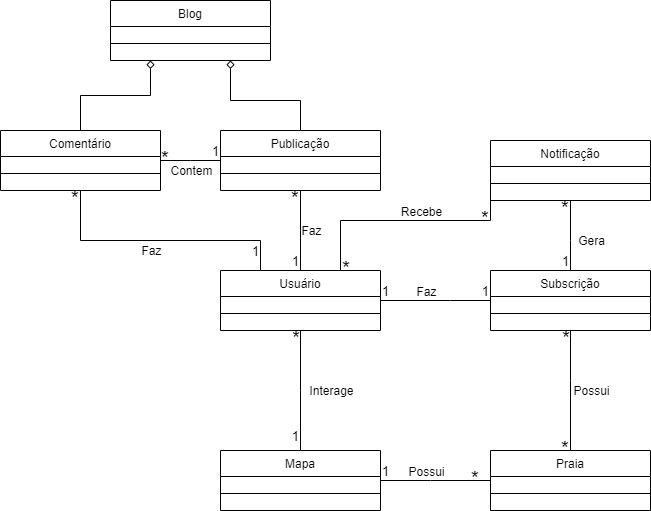
Hatz-D/Litoral-Puro-RJ keeps this draw.io diagram as src/png/Diagrama-Classe-Dominio.png. Above is the earlier version. Source tidied: cells renumbered, new cells last; positions are measured from the earlier drawing's top-left corner, leaving out a move shared by most shapes.
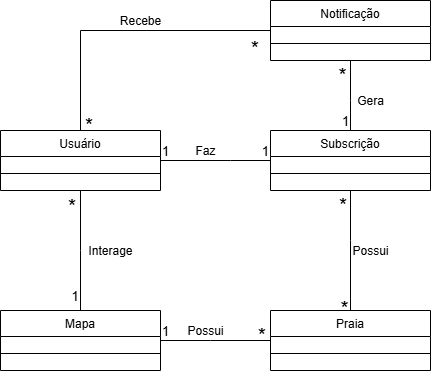
After the commit.

The edit, as a diff of the source:
```diff
@@ -27,12 +27,6 @@
         <mxPoint x="-38" y="40" as="offset" />
       </mxGeometry>
     </mxCell>
-    <mxCell id="8" value="Blog" style="swimlane;fontStyle=0;align=center;verticalAlign=top;horizontal=1;startSize=26;rounded=0;shadow=0;strokeWidth=1;" parent="1" vertex="1">
-      <mxGeometry x="110" width="160" height="60" as="geometry" />
-    </mxCell>
-    <mxCell id="9" style="line;html=1;strokeWidth=1;align=left;verticalAlign=middle;spacingTop=-1;spacingLeft=3;spacingRight=3;labelPosition=right;" parent="8" vertex="1">
-      <mxGeometry y="26" width="160" height="34" as="geometry" />
-    </mxCell>
     <mxCell id="10" value="Praia" style="swimlane;fontStyle=0;align=center;verticalAlign=top;horizontal=1;startSize=26;rounded=0;shadow=0;strokeWidth=1;" parent="1" vertex="1">
       <mxGeometry x="490" y="450" width="160" height="60" as="geometry" />
     </mxCell>
@@ -67,7 +61,7 @@
     </mxCell>
     <mxCell id="19" value="*" style="align=left;verticalAlign=bottom;labelBackgroundColor=none;fontSize=21;" parent="18" vertex="1">
       <mxGeometry x="-1" relative="1" as="geometry">
-        <mxPoint x="-10" y="20" as="offset" />
+        <mxPoint x="-14" y="28" as="offset" />
       </mxGeometry>
     </mxCell>
     <mxCell id="20" value="1" style="align=right;verticalAlign=bottom;labelBackgroundColor=none;fontSize=13;" parent="18" vertex="1">
@@ -80,43 +74,6 @@
         <mxPoint x="-19" y="-30" as="offset" />
       </mxGeometry>
     </mxCell>
-    <mxCell id="22" style="endArrow=none;shadow=0;strokeWidth=1;rounded=0;curved=0;endFill=0;edgeStyle=elbowEdgeStyle;elbow=vertical;exitX=0.5;exitY=0;exitDx=0;exitDy=0;entryX=0.5;entryY=1;entryDx=0;entryDy=0;" parent="1" edge="1" source="2" target="27">
-      <mxGeometry x="0.5" y="41" relative="1" as="geometry">
-        <Array as="points">
-          <mxPoint x="310" y="230" />
-        </Array>
-        <mxPoint x="-40" y="32" as="offset" />
-      </mxGeometry>
-    </mxCell>
-    <mxCell id="23" value="1" style="align=left;verticalAlign=bottom;labelBackgroundColor=none;fontSize=13;" parent="22" vertex="1">
-      <mxGeometry x="-1" relative="1" as="geometry">
-        <mxPoint x="-10" as="offset" />
-      </mxGeometry>
-    </mxCell>
-    <mxCell id="24" value="*" style="align=right;verticalAlign=bottom;labelBackgroundColor=none;fontSize=21;" parent="22" vertex="1">
-      <mxGeometry x="1" relative="1" as="geometry">
-        <mxPoint y="20" as="offset" />
-      </mxGeometry>
-    </mxCell>
-    <mxCell id="25" value="Faz" style="text;html=1;align=center;verticalAlign=middle;labelBackgroundColor=none;rounded=0;shadow=0;strokeWidth=1;fontSize=12;" parent="22" vertex="1">
-      <mxGeometry x="0.5" y="49" relative="1" as="geometry">
-        <mxPoint x="59" y="20" as="offset" />
-      </mxGeometry>
-    </mxCell>
-    <mxCell id="26" style="edgeStyle=orthogonalEdgeStyle;rounded=0;jettySize=auto;html=1;endArrow=diamond;endFill=0;entryX=0.75;entryY=1;entryDx=0;entryDy=0;exitX=0.5;exitY=0;exitDx=0;exitDy=0;" parent="1" edge="1" source="27" target="8">
-      <mxGeometry relative="1" as="geometry">
-        <Array as="points">
-          <mxPoint x="300" y="100" />
-          <mxPoint x="230" y="100" />
-        </Array>
-      </mxGeometry>
-    </mxCell>
-    <mxCell id="27" value="Publicação" style="swimlane;fontStyle=0;align=center;verticalAlign=top;horizontal=1;startSize=26;rounded=0;shadow=0;strokeWidth=1;" parent="1" vertex="1">
-      <mxGeometry x="220" y="130" width="160" height="60" as="geometry" />
-    </mxCell>
-    <mxCell id="28" style="line;html=1;strokeWidth=1;align=left;verticalAlign=middle;spacingTop=-1;spacingLeft=3;spacingRight=3;labelPosition=right;" parent="27" vertex="1">
-      <mxGeometry y="26" width="160" height="34" as="geometry" />
-    </mxCell>
     <mxCell id="29" style="endArrow=none;shadow=0;strokeWidth=1;rounded=0;curved=0;endFill=0;edgeStyle=elbowEdgeStyle;elbow=vertical;exitX=1;exitY=0.5;exitDx=0;exitDy=0;entryX=0;entryY=0.5;entryDx=0;entryDy=0;" parent="1" edge="1" source="14" target="10">
       <mxGeometry x="0.5" y="41" relative="1" as="geometry">
         <Array as="points">
@@ -130,7 +87,7 @@
     </mxCell>
     <mxCell id="31" value="*" style="align=right;verticalAlign=bottom;labelBackgroundColor=none;fontSize=21;" parent="29" vertex="1">
       <mxGeometry x="1" relative="1" as="geometry">
-        <mxPoint x="-10" y="10" as="offset" />
+        <mxPoint x="-3" y="7" as="offset" />
       </mxGeometry>
     </mxCell>
     <mxCell id="32" value="Possui" style="text;html=1;align=center;verticalAlign=middle;labelBackgroundColor=none;rounded=0;shadow=0;strokeWidth=1;fontSize=12;" parent="29" vertex="1">
@@ -148,7 +105,7 @@
     </mxCell>
     <mxCell id="34" value="*" style="align=left;verticalAlign=bottom;labelBackgroundColor=none;fontSize=21;" parent="33" vertex="1">
       <mxGeometry x="-1" relative="1" as="geometry">
-        <mxPoint x="-10" y="20" as="offset" />
+        <mxPoint x="-13" y="27" as="offset" />
       </mxGeometry>
     </mxCell>
     <mxCell id="35" value="*" style="align=right;verticalAlign=bottom;labelBackgroundColor=none;fontSize=21;" parent="33" vertex="1">
@@ -176,7 +133,7 @@
     </mxCell>
     <mxCell id="39" value="*" style="align=right;verticalAlign=bottom;labelBackgroundColor=none;fontSize=21;" parent="37" vertex="1">
       <mxGeometry x="1" relative="1" as="geometry">
-        <mxPoint y="20" as="offset" />
+        <mxPoint x="-2" y="28" as="offset" />
       </mxGeometry>
     </mxCell>
     <mxCell id="40" value="Gera" style="text;html=1;align=center;verticalAlign=middle;labelBackgroundColor=none;rounded=0;shadow=0;strokeWidth=1;fontSize=12;" parent="37" vertex="1">
@@ -184,22 +141,24 @@
         <mxPoint x="69" y="23" as="offset" />
       </mxGeometry>
     </mxCell>
-    <mxCell id="41" style="endArrow=none;shadow=0;strokeWidth=1;rounded=0;curved=0;endFill=0;edgeStyle=elbowEdgeStyle;elbow=vertical;exitX=0.75;exitY=0;exitDx=0;exitDy=0;entryX=0;entryY=0.5;entryDx=0;entryDy=0;" parent="1" edge="1" source="2" target="16">
+    <mxCell id="41" style="endArrow=none;shadow=0;strokeWidth=1;rounded=0;curved=0;endFill=0;edgeStyle=elbowEdgeStyle;elbow=vertical;exitX=0.75;exitY=0;exitDx=0;exitDy=0;" parent="1" edge="1">
       <mxGeometry x="0.5" y="41" relative="1" as="geometry">
+        <mxPoint x="300" y="270" as="sourcePoint" />
+        <mxPoint x="490" y="170" as="targetPoint" />
         <Array as="points">
-          <mxPoint x="430" y="220" />
+          <mxPoint x="400" y="170" />
         </Array>
         <mxPoint x="-40" y="32" as="offset" />
       </mxGeometry>
     </mxCell>
     <mxCell id="42" value="*" style="align=left;verticalAlign=bottom;labelBackgroundColor=none;fontSize=21;" parent="41" vertex="1">
       <mxGeometry x="-1" relative="1" as="geometry">
-        <mxPoint y="10" as="offset" />
+        <mxPoint x="3" y="7" as="offset" />
       </mxGeometry>
     </mxCell>
     <mxCell id="43" value="*" style="align=right;verticalAlign=bottom;labelBackgroundColor=none;fontSize=21;" parent="41" vertex="1">
       <mxGeometry x="1" relative="1" as="geometry">
-        <mxPoint y="60" as="offset" />
+        <mxPoint x="-10" y="30" as="offset" />
       </mxGeometry>
     </mxCell>
     <mxCell id="44" value="Recebe" style="text;html=1;align=center;verticalAlign=middle;labelBackgroundColor=none;rounded=0;shadow=0;strokeWidth=1;fontSize=12;" parent="41" vertex="1">
@@ -207,60 +166,5 @@
         <mxPoint x="-58" y="40" as="offset" />
       </mxGeometry>
     </mxCell>
-    <mxCell id="45" value="Comentário" style="swimlane;fontStyle=0;align=center;verticalAlign=top;horizontal=1;startSize=26;rounded=0;shadow=0;strokeWidth=1;" parent="1" vertex="1">
-      <mxGeometry y="130" width="160" height="60" as="geometry" />
-    </mxCell>
-    <mxCell id="46" style="line;html=1;strokeWidth=1;align=left;verticalAlign=middle;spacingTop=-1;spacingLeft=3;spacingRight=3;labelPosition=right;" parent="45" vertex="1">
-      <mxGeometry y="26" width="160" height="34" as="geometry" />
-    </mxCell>
-    <mxCell id="47" style="endArrow=none;shadow=0;strokeWidth=1;rounded=0;curved=0;endFill=0;edgeStyle=elbowEdgeStyle;elbow=vertical;exitX=0.25;exitY=0;exitDx=0;exitDy=0;entryX=0.5;entryY=1;entryDx=0;entryDy=0;" parent="1" edge="1" source="2" target="45">
-      <mxGeometry x="0.5" y="41" relative="1" as="geometry">
-        <Array as="points">
-          <mxPoint x="180" y="240" />
-        </Array>
-        <mxPoint x="-40" y="32" as="offset" />
-      </mxGeometry>
-    </mxCell>
-    <mxCell id="48" value="1" style="align=left;verticalAlign=bottom;labelBackgroundColor=none;fontSize=13;" parent="47" vertex="1">
-      <mxGeometry x="-1" relative="1" as="geometry">
-        <mxPoint x="-10" y="-10" as="offset" />
-      </mxGeometry>
-    </mxCell>
-    <mxCell id="49" value="*" style="align=right;verticalAlign=bottom;labelBackgroundColor=none;fontSize=21;" parent="47" vertex="1">
-      <mxGeometry x="1" relative="1" as="geometry">
-        <mxPoint y="20" as="offset" />
-      </mxGeometry>
-    </mxCell>
-    <mxCell id="50" value="Faz" style="text;html=1;align=center;verticalAlign=middle;labelBackgroundColor=none;rounded=0;shadow=0;strokeWidth=1;fontSize=12;" parent="47" vertex="1">
-      <mxGeometry x="0.5" y="49" relative="1" as="geometry">
-        <mxPoint x="55" y="-39" as="offset" />
-      </mxGeometry>
-    </mxCell>
-    <mxCell id="51" style="endArrow=none;shadow=0;strokeWidth=1;rounded=0;curved=0;endFill=0;edgeStyle=elbowEdgeStyle;elbow=vertical;exitX=0;exitY=0.5;exitDx=0;exitDy=0;entryX=1;entryY=0.5;entryDx=0;entryDy=0;" parent="1" edge="1" source="27" target="45">
-      <mxGeometry x="0.5" y="41" relative="1" as="geometry">
-        <Array as="points">
-          <mxPoint x="190" y="160" />
-        </Array>
-        <mxPoint x="-40" y="32" as="offset" />
-      </mxGeometry>
-    </mxCell>
-    <mxCell id="52" value="1" style="align=left;verticalAlign=bottom;labelBackgroundColor=none;fontSize=13;" parent="51" vertex="1">
-      <mxGeometry x="-1" relative="1" as="geometry">
-        <mxPoint x="-10" as="offset" />
-      </mxGeometry>
-    </mxCell>
-    <mxCell id="53" value="*" style="align=right;verticalAlign=bottom;labelBackgroundColor=none;fontSize=21;" parent="51" vertex="1">
-      <mxGeometry x="1" relative="1" as="geometry">
-        <mxPoint x="10" y="10" as="offset" />
-      </mxGeometry>
-    </mxCell>
-    <mxCell id="54" value="Contem" style="text;html=1;align=center;verticalAlign=middle;labelBackgroundColor=none;rounded=0;shadow=0;strokeWidth=1;fontSize=12;" parent="51" vertex="1">
-      <mxGeometry x="0.5" y="49" relative="1" as="geometry">
-        <mxPoint x="15" y="-39" as="offset" />
-      </mxGeometry>
-    </mxCell>
-    <mxCell id="55" style="edgeStyle=orthogonalEdgeStyle;rounded=0;jettySize=auto;html=1;endArrow=diamond;endFill=0;exitX=0.5;exitY=0;exitDx=0;exitDy=0;entryX=0.25;entryY=1;entryDx=0;entryDy=0;" parent="1" edge="1" source="45" target="8">
-      <mxGeometry relative="1" as="geometry" />
-    </mxCell>
   </root>
 </mxGraphModel>
```
